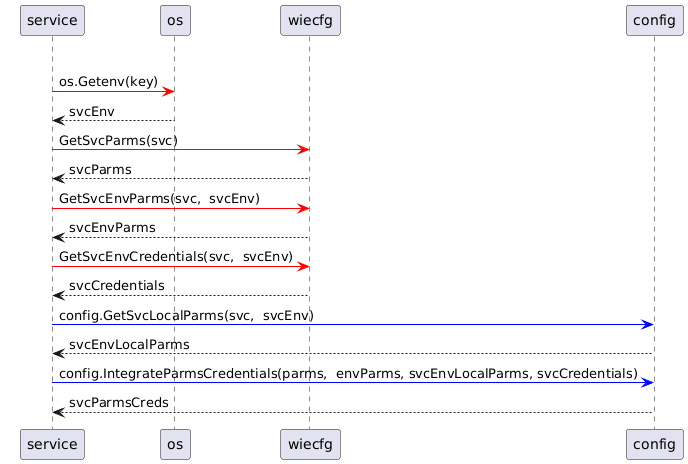
Before: docs/diagrams/out/configuration.png, a diagram exported from PlantUML (RodrigoMattosoSilveira/WorkIncomeExpenses). The source it was exported from:
```plantuml
@startuml
alt svcEnv

service -[#red]> os: os.Getenv(key)
os --> service: svcEnv

service -[#red]> wiecfg: GetSvcParms(svc)
wiecfg --> service: svcParms

service -[#red]> wiecfg: GetSvcEnvParms(svc,  svcEnv)
wiecfg --> service: svcEnvParms

service -[#red]> wiecfg: GetSvcEnvCredentials(svc,  svcEnv)
wiecfg --> service: svcCredentials

service -[#blue]> config: config.GetSvcLocalParms(svc,  svcEnv)
config --> service: svcEnvLocalParms

service -[#blue]> config: config.IntegrateParmsCredentials(parms,  envParms, svcEnvLocalParms, svcCredentials)
config --> service: svcParmsCreds
@enduml
```
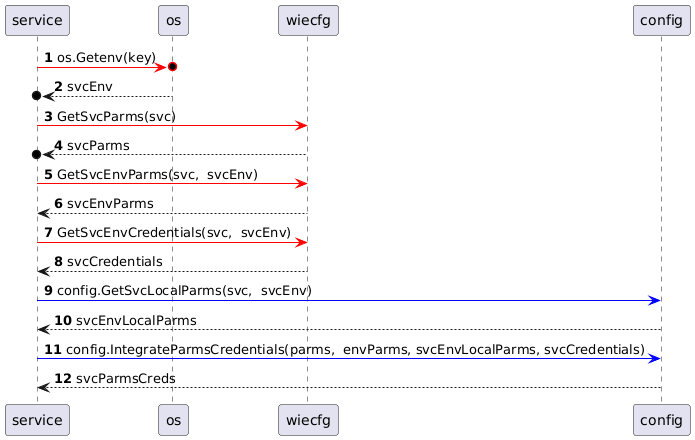
Later version of the same file.

What changed in the source:
```diff
@@ -1,11 +1,11 @@
 @startuml
-alt svcEnv
+autonumber
 
-service -[#red]> os: os.Getenv(key)
-os --> service: svcEnv
+service -[#red]>o os: os.Getenv(key)
+os -->o service: svcEnv
 
 service -[#red]> wiecfg: GetSvcParms(svc)
-wiecfg --> service: svcParms
+wiecfg -->o service: svcParms
 
 service -[#red]> wiecfg: GetSvcEnvParms(svc,  svcEnv)
 wiecfg --> service: svcEnvParms
```
